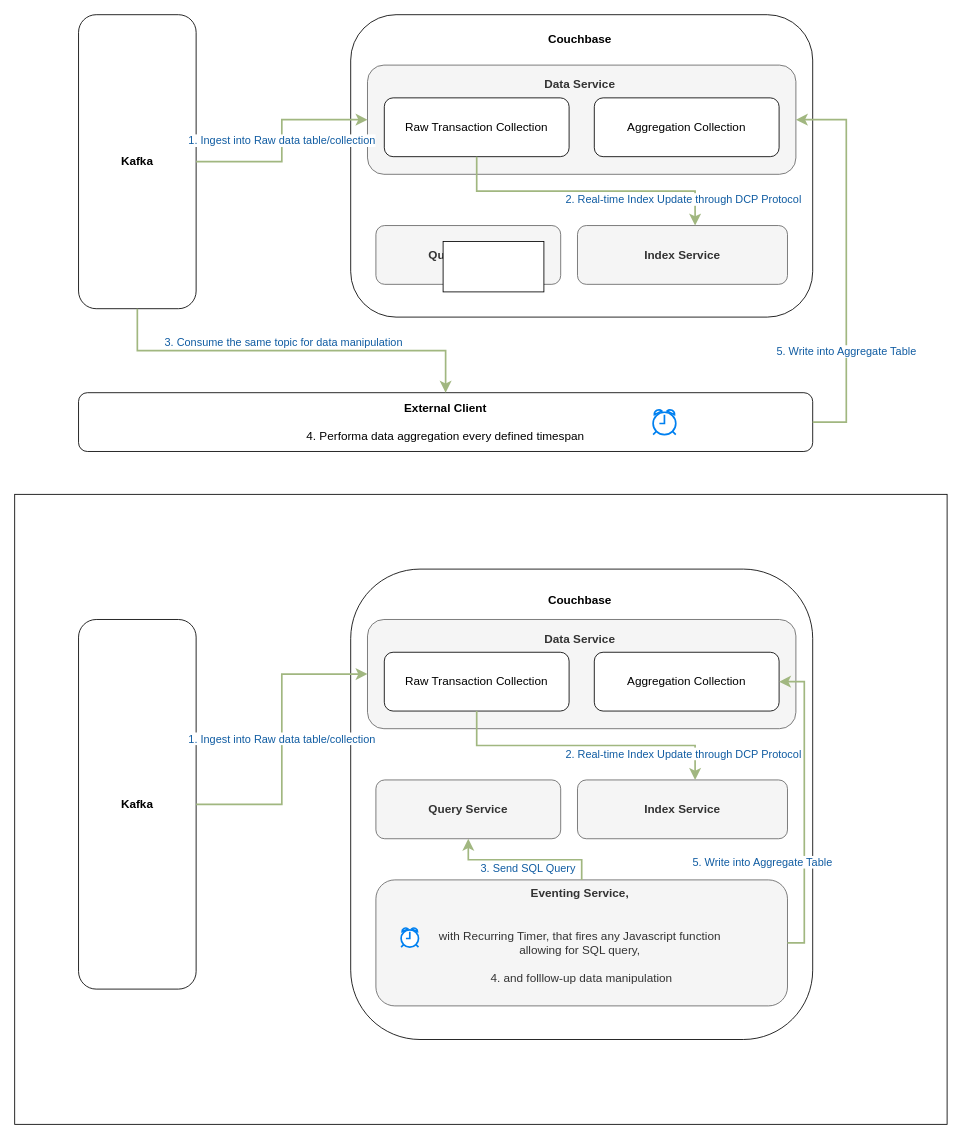
Earlier version of the draw.io diagram data_aggregation.drawio (sillyjason/auto_data_aggregation). Source tidied: cells renumbered, new cells numbered last; positions are measured from the earlier drawing's top-left corner, leaving out a move shared by most shapes. Both pictures are drawn from the tidied source at 84%, with x=0, y=0 at pixel (14, 14).
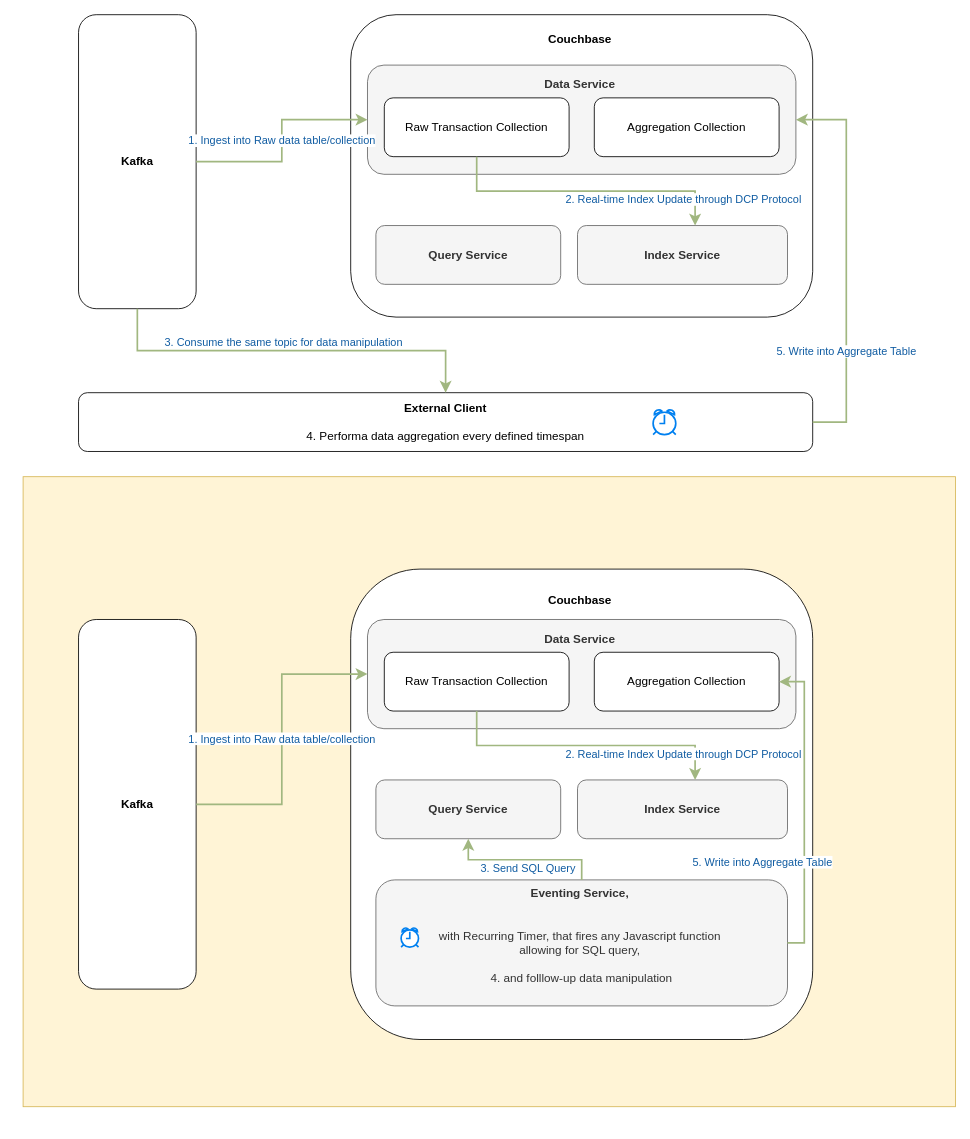
After the change.

Diff of the diagram source:
```diff
@@
-    <mxCell id="2" style="rounded=0;whiteSpace=wrap;html=1;" parent="1" vertex="1">
-      <mxGeometry y="571" width="1110" height="750" as="geometry" />
+    <mxCell id="2" style="rounded=0;whiteSpace=wrap;html=1;fillColor=#fff2cc;strokeColor=#d6b656;fillOpacity=80;" parent="1" vertex="1">
+      <mxGeometry x="10" y="550" width="1110" height="750" as="geometry" />
     </mxCell>
@@
-    <mxCell id="29" style="rounded=0;whiteSpace=wrap;html=1;" parent="1" vertex="1">
-      <mxGeometry x="510" y="270" width="120" height="60" as="geometry" />
-    </mxCell>
```
